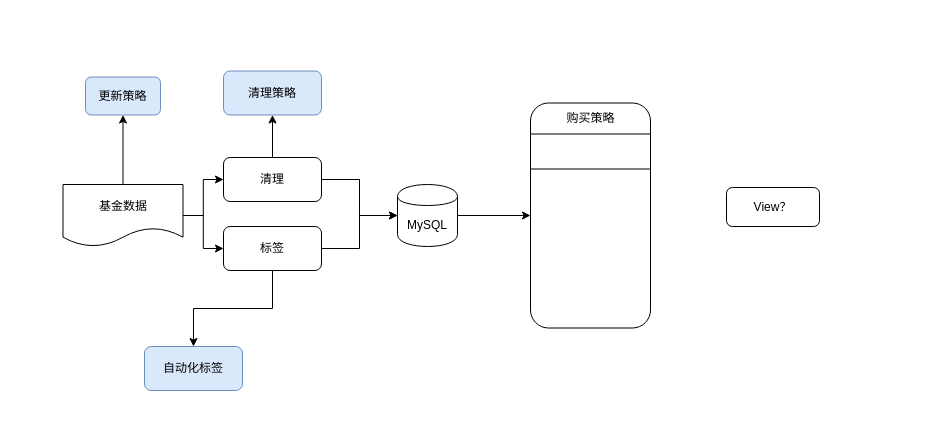
Earlier version of the draw.io diagram page "FundsFlow" (1 of 6) of FundsFlow.drawio (tnndworlds/draw.io). Source tidied: cells renumbered, new cells numbered last; positions are measured from the earlier drawing's top-left corner, leaving out a move shared by most shapes. Both pictures are drawn from the tidied source at 100%, with x=0, y=0 at pixel (62, 71).
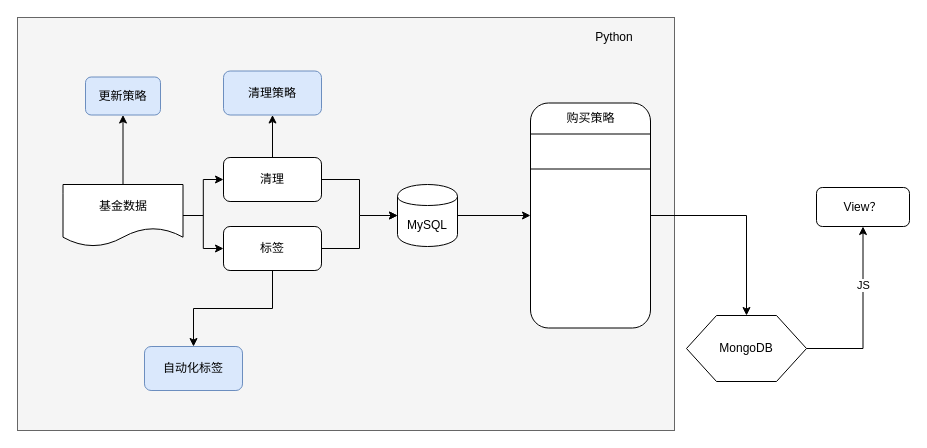
After the change.

Unchanged cells that the change refers to:
```xml
<mxCell id="17" style="rounded=1;whiteSpace=wrap;html=1;" parent="1" vertex="1">
  <mxGeometry x="468" y="31.5" width="120" height="225" as="geometry" />
</mxCell>
```

Diff of the diagram source:
```diff
@@
+    <mxCell id="21" style="rounded=0;whiteSpace=wrap;html=1;fillColor=#f5f5f5;strokeColor=#666666;fontColor=#333333;" parent="1" vertex="1">
+      <mxGeometry x="-45" y="-54" width="657" height="413" as="geometry" />
+    </mxCell>
@@
+    <mxCell id="22" style="edgeStyle=orthogonalEdgeStyle;rounded=0;jettySize=auto;html=1;entryX=0.5;entryY=0;entryDx=0;entryDy=0;" parent="1" edge="1" source="17" target="24">
+      <mxGeometry relative="1" as="geometry" />
+    </mxCell>
@@
     <mxCell id="20" value="View？" style="rounded=1;whiteSpace=wrap;html=1;" parent="1" vertex="1">
-      <mxGeometry x="664" y="116" width="93" height="39" as="geometry" />
+      <mxGeometry x="754" y="116" width="93" height="39" as="geometry" />
     </mxCell>
+    <mxCell id="23" value="JS" style="edgeStyle=orthogonalEdgeStyle;rounded=0;jettySize=auto;html=1;entryX=0.5;entryY=1;entryDx=0;entryDy=0;" parent="1" edge="1" source="24" target="20">
+      <mxGeometry x="0.35" relative="1" as="geometry" />
+    </mxCell>
+    <mxCell id="24" value="MongoDB" style="shape=hexagon;perimeter=hexagonPerimeter2;whiteSpace=wrap;html=1;" parent="1" vertex="1">
+      <mxGeometry x="624" y="244" width="120" height="66" as="geometry" />
+    </mxCell>
+    <mxCell id="25" value="Python" style="text;html=1;strokeColor=none;fillColor=none;align=center;verticalAlign=middle;whiteSpace=wrap;rounded=0;" parent="1" vertex="1">
+      <mxGeometry x="491" y="-54" width="122" height="39" as="geometry" />
+    </mxCell>
```
